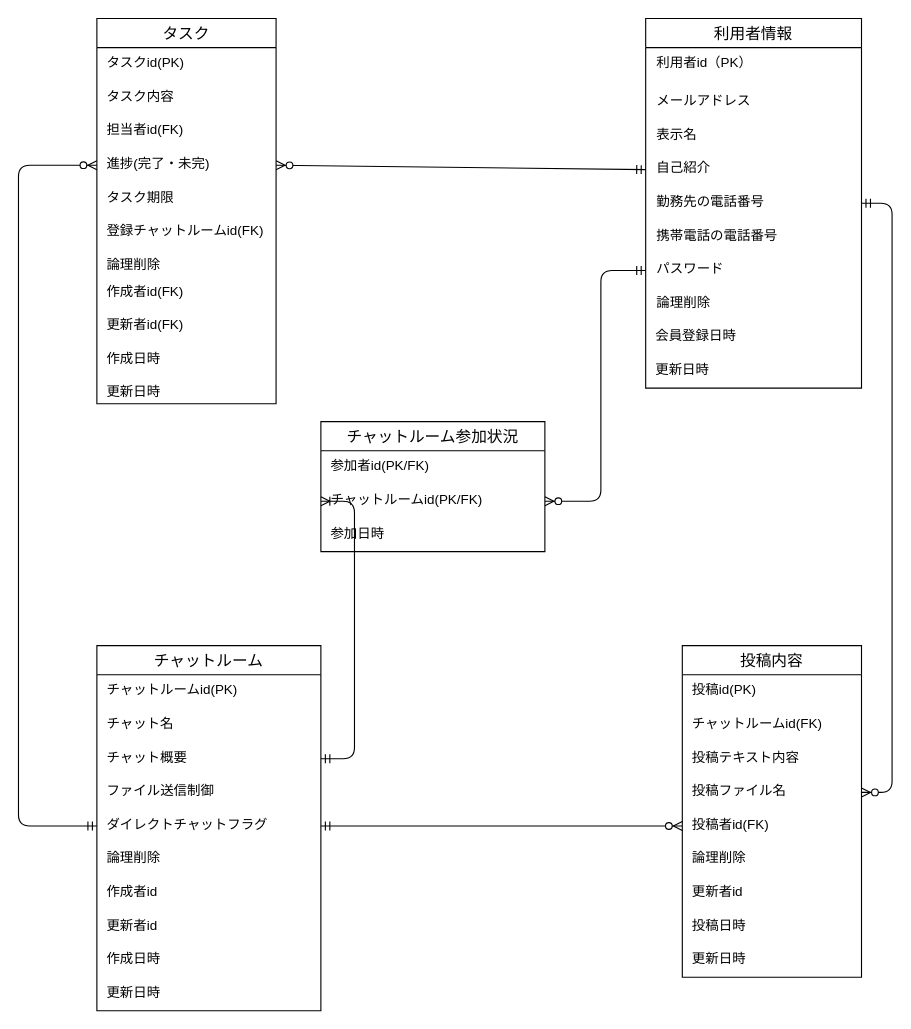
Earlier version of the draw.io diagram db/db-challenge1/チャットルームER図.drawio (ytaka0407/quelcode-db). Source tidied: cells renumbered, new cells numbered last; positions are measured from the earlier drawing's top-left corner, leaving out a move shared by most shapes. Both pictures are drawn from the tidied source at 112%, with x=0, y=0 at pixel (18, 18).
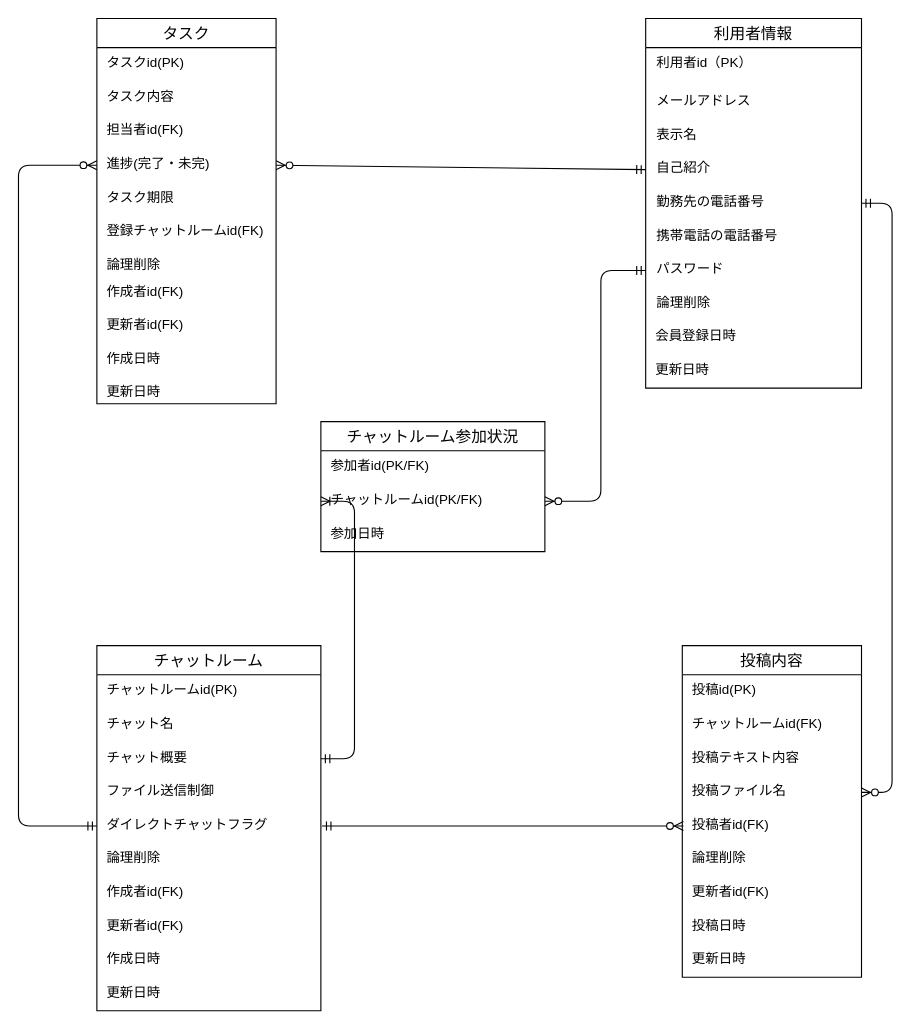
The same diagram, later.

Commit message:
各テーブルで不足していたFK表記を追記

Unchanged cells that the change refers to:
```xml
<mxCell id="31" value="チャットルーム" style="swimlane;fontStyle=0;horizontal=1;startSize=26;align=center;fontSize=14;" parent="1" vertex="1">
  <mxGeometry x="70" y="560" width="200" height="326" as="geometry" />
</mxCell>
<mxCell id="36" value="ダイレクトチャットフラグ" style="text;strokeColor=none;fillColor=none;spacingLeft=7;spacingRight=4;overflow=hidden;points=[[0,0.5],[1,0.5]];portConstraint=eastwest;fontSize=12;" parent="31" vertex="1">
  <mxGeometry y="146" width="200" height="30" as="geometry" />
</mxCell>
<mxCell id="42" value="投稿内容" style="swimlane;fontStyle=0;horizontal=1;startSize=26;align=center;fontSize=14;" parent="1" vertex="1">
  <mxGeometry x="592.7" y="560" width="160" height="296" as="geometry" />
</mxCell>
<mxCell id="47" value="投稿者id(FK)" style="text;strokeColor=none;fillColor=none;spacingLeft=7;spacingRight=4;overflow=hidden;points=[[0,0.5],[1,0.5]];portConstraint=eastwest;fontSize=12;" parent="42" vertex="1">
  <mxGeometry y="146" width="160" height="30" as="geometry" />
</mxCell>
```

The edit, as a diff of the source:
```diff
@@
-    <mxCell id="4" style="fontSize=12;html=1;endArrow=ERzeroToMany;startArrow=ERmandOne;exitX=1;exitY=0.5;exitDx=0;exitDy=0;entryX=0;entryY=0.5;entryDx=0;entryDy=0;" parent="1" edge="1" source="36" target="47">
-      <mxGeometry relative="1" as="geometry" />
+    <mxCell id="4" style="fontSize=12;html=1;endArrow=ERzeroToMany;startArrow=ERmandOne;exitX=1;exitY=0.5;exitDx=0;exitDy=0;entryX=0;entryY=0.5;entryDx=0;entryDy=0;" parent="1" edge="1">
+      <mxGeometry relative="1" as="geometry">
+        <mxPoint x="271" y="721" as="sourcePoint" />
+        <mxPoint x="593.7" y="721" as="targetPoint" />
+      </mxGeometry>
     </mxCell>
@@
-    <mxCell id="38" value="作成者id" style="text;strokeColor=none;fillColor=none;spacingLeft=7;spacingRight=4;overflow=hidden;fontSize=12;" parent="31" vertex="1">
+    <mxCell id="38" value="作成者id(FK)" style="text;strokeColor=none;fillColor=none;spacingLeft=7;spacingRight=4;overflow=hidden;fontSize=12;" parent="31" vertex="1">
       <mxGeometry y="206" width="200" height="30" as="geometry" />
     </mxCell>
-    <mxCell id="39" value="更新者id" style="text;strokeColor=none;fillColor=none;spacingLeft=7;spacingRight=4;overflow=hidden;fontSize=12;" parent="31" vertex="1">
+    <mxCell id="39" value="更新者id(FK)" style="text;strokeColor=none;fillColor=none;spacingLeft=7;spacingRight=4;overflow=hidden;fontSize=12;" parent="31" vertex="1">
       <mxGeometry y="236" width="200" height="30" as="geometry" />
     </mxCell>
@@
-    <mxCell id="49" value="更新者id" style="text;strokeColor=none;fillColor=none;spacingLeft=7;spacingRight=4;overflow=hidden;fontSize=12;" parent="42" vertex="1">
+    <mxCell id="49" value="更新者id(FK)" style="text;strokeColor=none;fillColor=none;spacingLeft=7;spacingRight=4;overflow=hidden;fontSize=12;" parent="42" vertex="1">
       <mxGeometry y="206" width="160" height="30" as="geometry" />
     </mxCell>
```
